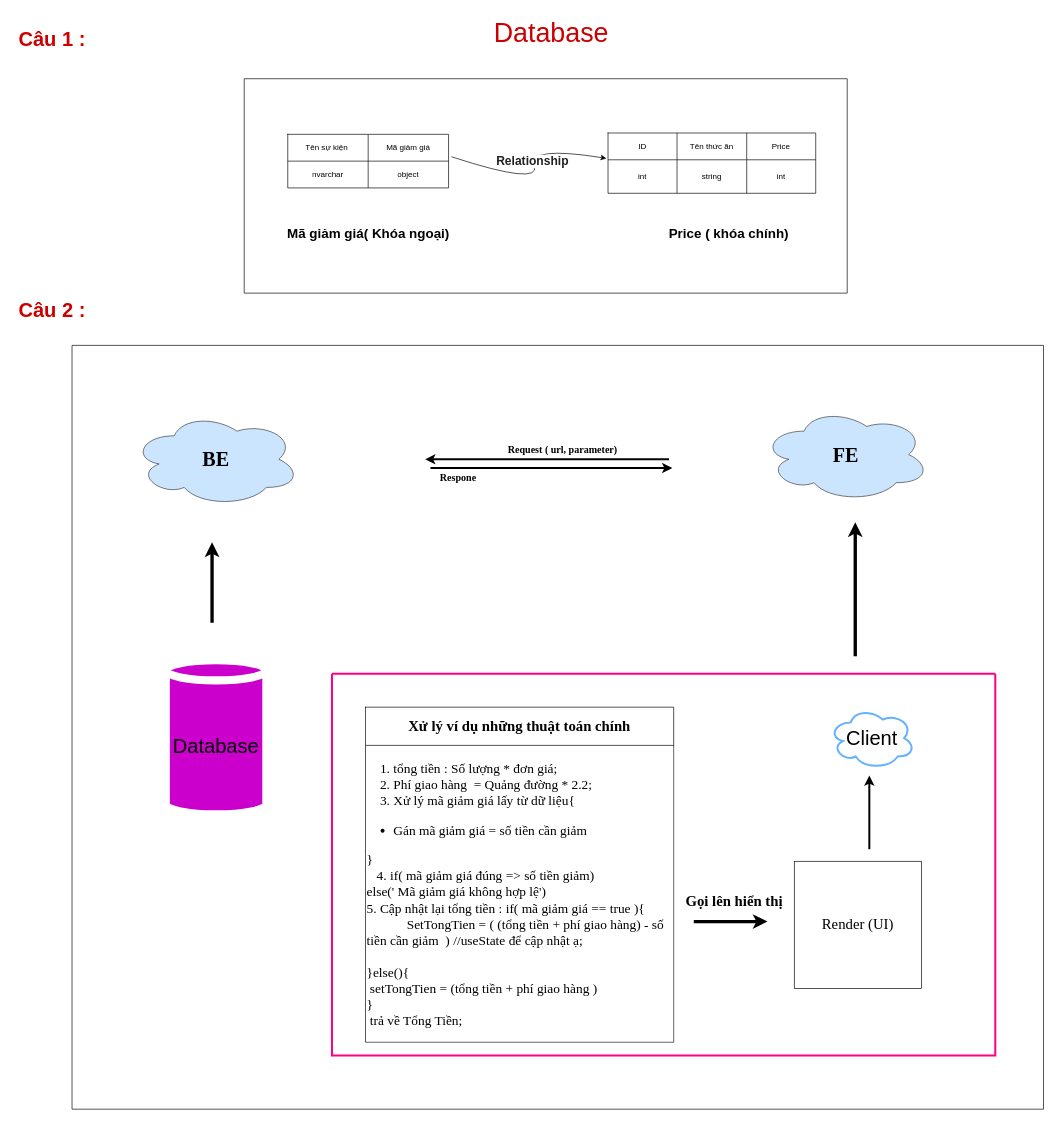
Before: Biểu đồ không có tiêu đề.drawio in alesxanderadam/exercise-patitek, a draw.io diagram. Source tidied: cells renumbered, new cells numbered last; positions are measured from the earlier drawing's top-left corner, leaving out a move shared by most shapes. Both pictures are drawn from the tidied source at 67%, with x=0, y=0 at pixel (11, 11).
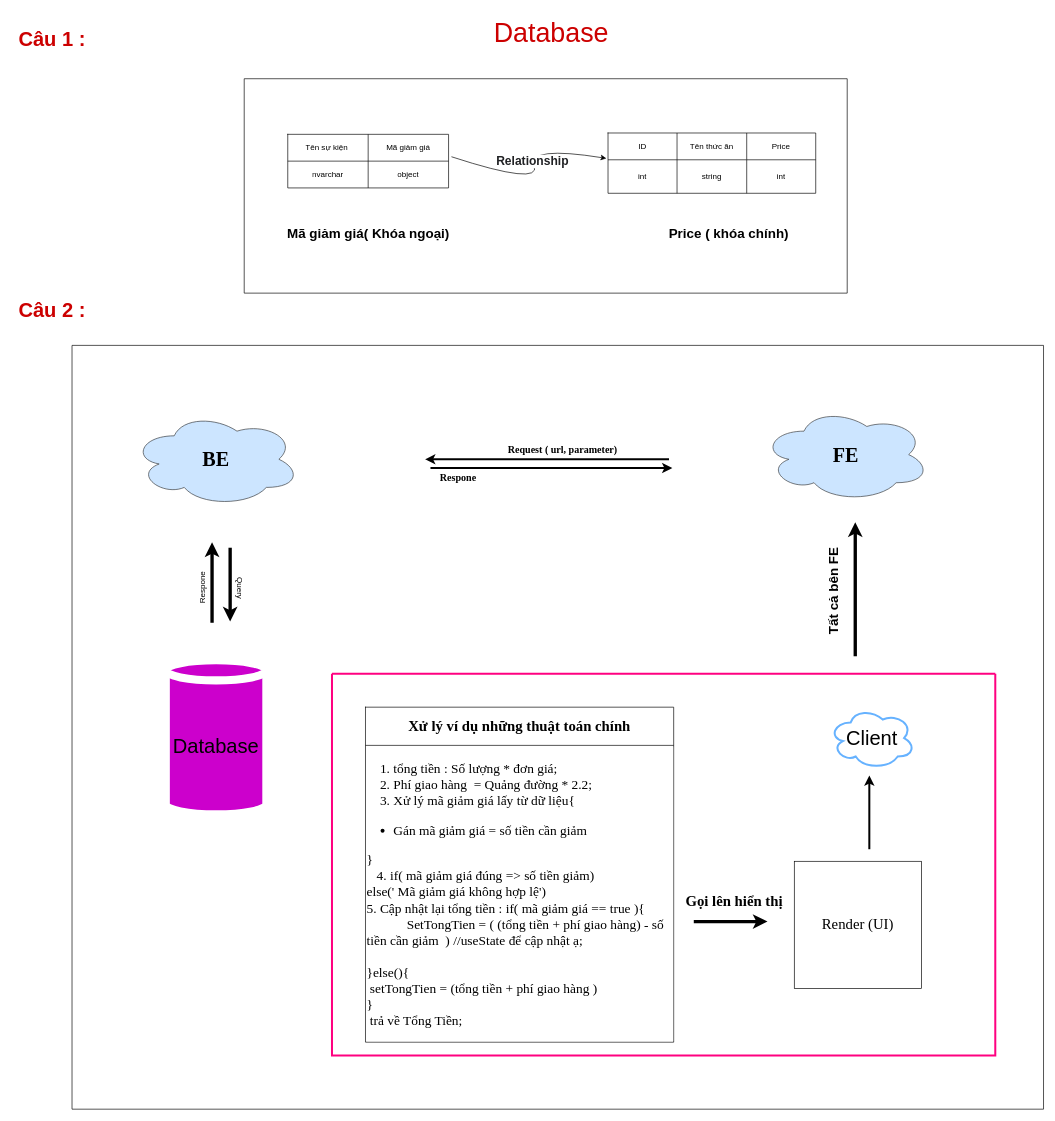
After the change.

Commit message:
Cập nhật Biểu đồ không có tiêu đề.drawio

Unchanged cells that the change refers to:
```xml
<mxCell id="2" style="swimlane;startSize=0;gradientColor=default;fillColor=none;fontColor=default;labelBorderColor=none;" parent="1" vertex="1">
  <mxGeometry x="90" y="498" width="1450" height="1140" as="geometry" />
</mxCell>
```

What changed in the source:
```diff
@@
+    <mxCell id="47" style="endArrow=classic;html=1;rounded=0;fontSize=30;fontColor=default;verticalAlign=top;strokeWidth=5;" parent="2" edge="1">
+      <mxGeometry relative="1" as="geometry">
+        <mxPoint x="236" y="302" as="sourcePoint" />
+        <mxPoint x="236" y="412" as="targetPoint" />
+      </mxGeometry>
+    </mxCell>
+    <mxCell id="48" value="Respone" style="text;html=1;align=center;verticalAlign=middle;fillColor=none;strokeColor=none;rounded=0;rotation=270;" parent="2" vertex="1">
+      <mxGeometry x="160" y="347" width="70" height="30" as="geometry" />
+    </mxCell>
+    <mxCell id="49" value="Query" style="text;html=1;align=center;verticalAlign=middle;fillColor=none;strokeColor=none;rounded=0;rotation=90;" parent="2" vertex="1">
+      <mxGeometry x="220" y="347" width="60" height="30" as="geometry" />
+    </mxCell>
+    <mxCell id="50" value="Tất cả bên FE" style="text;html=1;align=center;verticalAlign=middle;fillColor=none;strokeColor=none;rounded=0;fontStyle=1;fontSize=20;rotation=270;" parent="2" vertex="1">
+      <mxGeometry x="1060" y="347" width="150" height="40" as="geometry" />
+    </mxCell>
```
